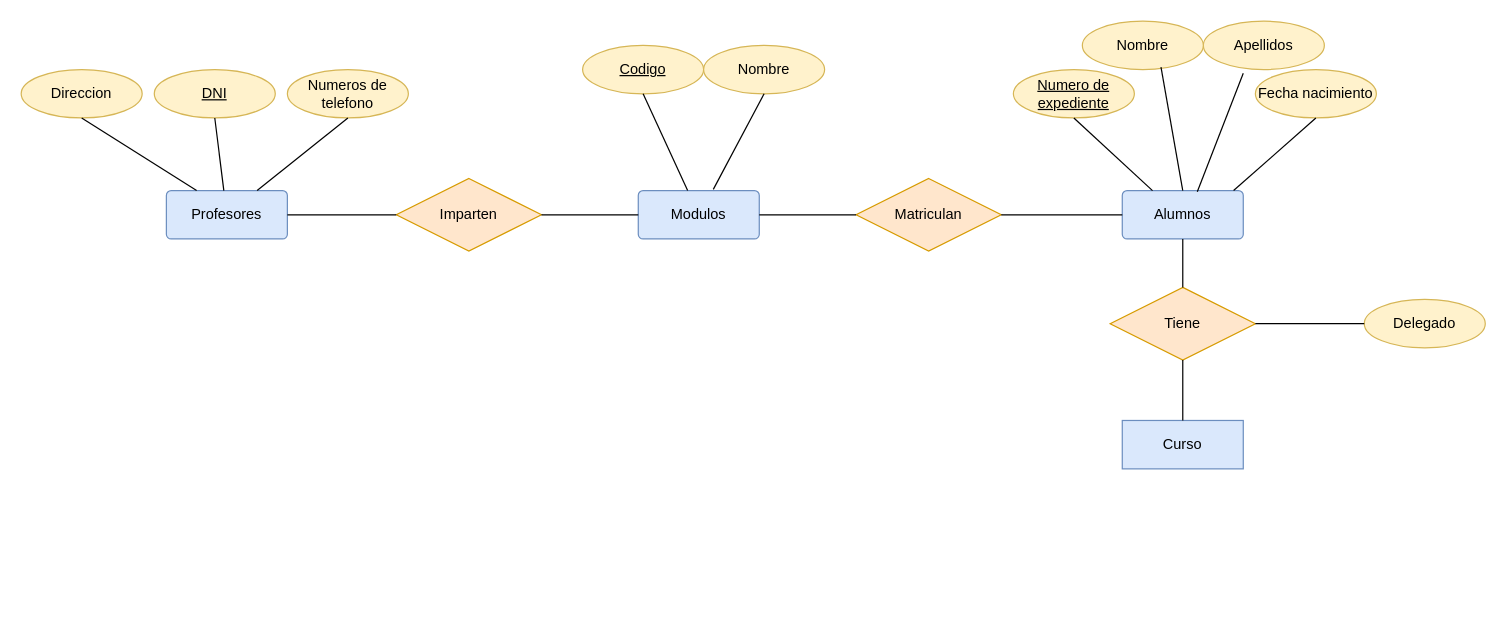
Before: Unidad1/Tareas/Tarea 4/Diagrama sin título.drawio in JVC0/Base-Datos, a draw.io diagram. Source tidied: cells renumbered, new cells numbered last; positions are measured from the earlier drawing's top-left corner, leaving out a move shared by most shapes. Both pictures are drawn from the tidied source at 121%, with x=0, y=0 at pixel (21, 21).
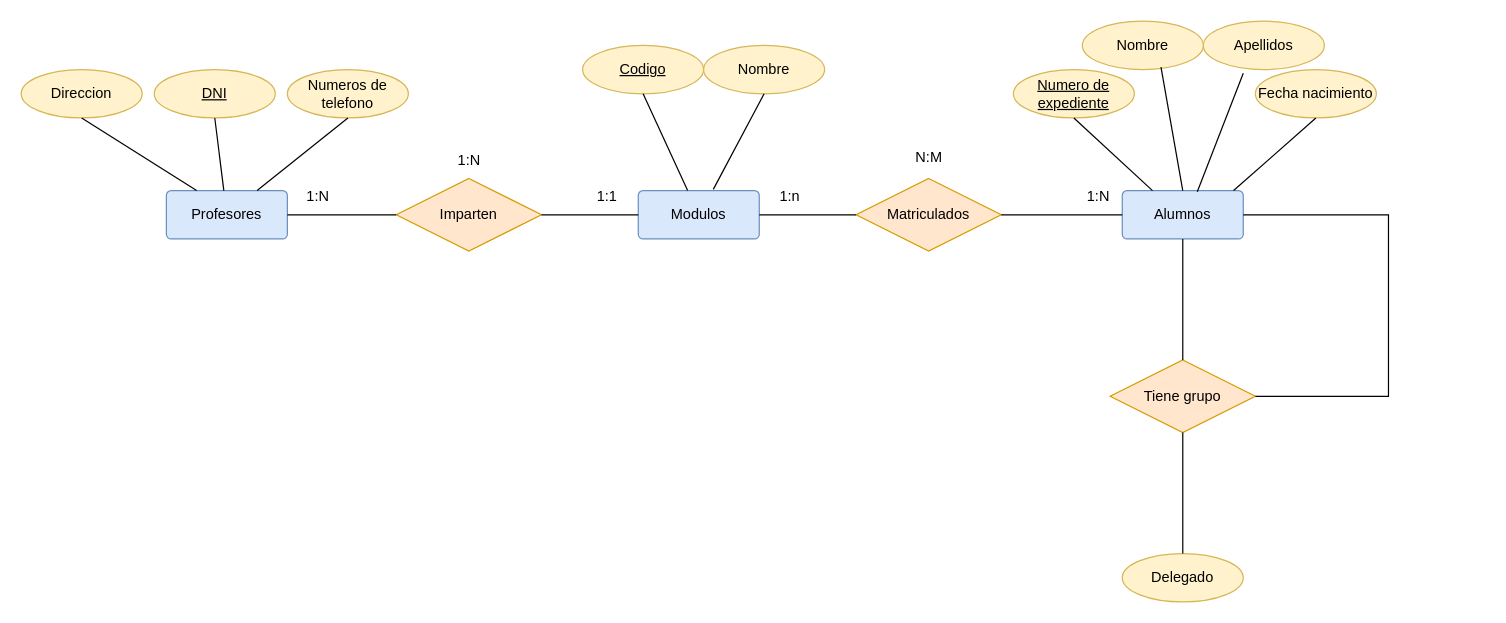
The same diagram, later.

Unchanged cells that the change refers to:
```xml
<mxCell id="4" value="Alumnos" style="rounded=1;arcSize=10;whiteSpace=wrap;html=1;align=center;fillColor=#dae8fc;strokeColor=#6c8ebf;" parent="1" vertex="1">
  <mxGeometry x="910" y="140" width="100" height="40" as="geometry" />
</mxCell>
```

What changed in the source:
```diff
@@
-    <mxCell id="5" value="Matriculan" style="shape=rhombus;perimeter=rhombusPerimeter;whiteSpace=wrap;html=1;align=center;fillColor=#ffe6cc;strokeColor=#d79b00;" parent="1" vertex="1">
+    <mxCell id="5" value="Matriculados" style="shape=rhombus;perimeter=rhombusPerimeter;whiteSpace=wrap;html=1;align=center;fillColor=#ffe6cc;strokeColor=#d79b00;" parent="1" vertex="1">
       <mxGeometry x="690" y="130" width="120" height="60" as="geometry" />
     </mxCell>
@@
-    <mxCell id="20" value="Curso" style="whiteSpace=wrap;html=1;align=center;fillColor=#dae8fc;strokeColor=#6c8ebf;" parent="1" vertex="1">
-      <mxGeometry x="910" y="330" width="100" height="40" as="geometry" />
-    </mxCell>
-    <mxCell id="21" value="Tiene" style="shape=rhombus;perimeter=rhombusPerimeter;whiteSpace=wrap;html=1;align=center;fillColor=#ffe6cc;strokeColor=#d79b00;" parent="1" vertex="1">
-      <mxGeometry x="900" y="220" width="120" height="60" as="geometry" />
+    <mxCell id="21" value="Tiene grupo" style="shape=rhombus;perimeter=rhombusPerimeter;whiteSpace=wrap;html=1;align=center;fillColor=#ffe6cc;strokeColor=#d79b00;" parent="1" vertex="1">
+      <mxGeometry x="900" y="280" width="120" height="60" as="geometry" />
     </mxCell>
@@
     <mxCell id="23" value="Delegado" style="ellipse;whiteSpace=wrap;html=1;align=center;fillColor=#fff2cc;strokeColor=#d6b656;" parent="1" vertex="1">
-      <mxGeometry x="1110" y="230" width="100" height="40" as="geometry" />
+      <mxGeometry x="910" y="440" width="100" height="40" as="geometry" />
     </mxCell>
-    <mxCell id="24" style="endArrow=none;html=1;rounded=0;entryX=0;entryY=0.5;entryDx=0;entryDy=0;exitX=1;exitY=0.5;exitDx=0;exitDy=0;" parent="1" edge="1" source="21" target="23">
+    <mxCell id="24" style="endArrow=none;html=1;rounded=0;exitX=0.5;exitY=1;exitDx=0;exitDy=0;entryX=0.5;entryY=0;entryDx=0;entryDy=0;" parent="1" edge="1" source="21" target="23">
       <mxGeometry relative="1" as="geometry" />
     </mxCell>
-    <mxCell id="25" style="endArrow=none;html=1;rounded=0;entryX=0.5;entryY=1;entryDx=0;entryDy=0;exitX=0.5;exitY=0;exitDx=0;exitDy=0;" parent="1" edge="1" source="20" target="21">
-      <mxGeometry relative="1" as="geometry" />
-    </mxCell>
@@
+    <mxCell id="35" value="1:N" style="text;html=1;align=center;verticalAlign=middle;strokeColor=none;fillColor=none;" parent="1" vertex="1">
+      <mxGeometry x="225" y="130" width="40" height="30" as="geometry" />
+    </mxCell>
+    <mxCell id="36" value="1:1" style="text;html=1;align=center;verticalAlign=middle;strokeColor=none;fillColor=none;" parent="1" vertex="1">
+      <mxGeometry x="464" y="130" width="40" height="30" as="geometry" />
+    </mxCell>
+    <mxCell id="37" value="1:N" style="text;html=1;align=center;verticalAlign=middle;strokeColor=none;fillColor=none;" parent="1" vertex="1">
+      <mxGeometry x="350" y="100" width="40" height="30" as="geometry" />
+    </mxCell>
+    <mxCell id="38" value="1:N" style="text;html=1;align=center;verticalAlign=middle;strokeColor=none;fillColor=none;" parent="1" vertex="1">
+      <mxGeometry x="870" y="130" width="40" height="30" as="geometry" />
+    </mxCell>
+    <mxCell id="39" value="1:n" style="text;html=1;align=center;verticalAlign=middle;strokeColor=none;fillColor=none;" parent="1" vertex="1">
+      <mxGeometry x="615" y="130" width="40" height="30" as="geometry" />
+    </mxCell>
+    <mxCell id="40" value="N:M" style="text;html=1;align=center;verticalAlign=middle;strokeColor=none;fillColor=none;" parent="1" vertex="1">
+      <mxGeometry x="725" y="98" width="50" height="30" as="geometry" />
+    </mxCell>
+    <mxCell id="41" style="endArrow=none;html=1;rounded=0;entryX=1;entryY=0.5;entryDx=0;entryDy=0;exitX=1;exitY=0.5;exitDx=0;exitDy=0;" parent="1" edge="1" source="21" target="4">
+      <mxGeometry relative="1" as="geometry">
+        <Array as="points">
+          <mxPoint x="1130" y="310" />
+          <mxPoint x="1130" y="160" />
+        </Array>
+      </mxGeometry>
+    </mxCell>
```
